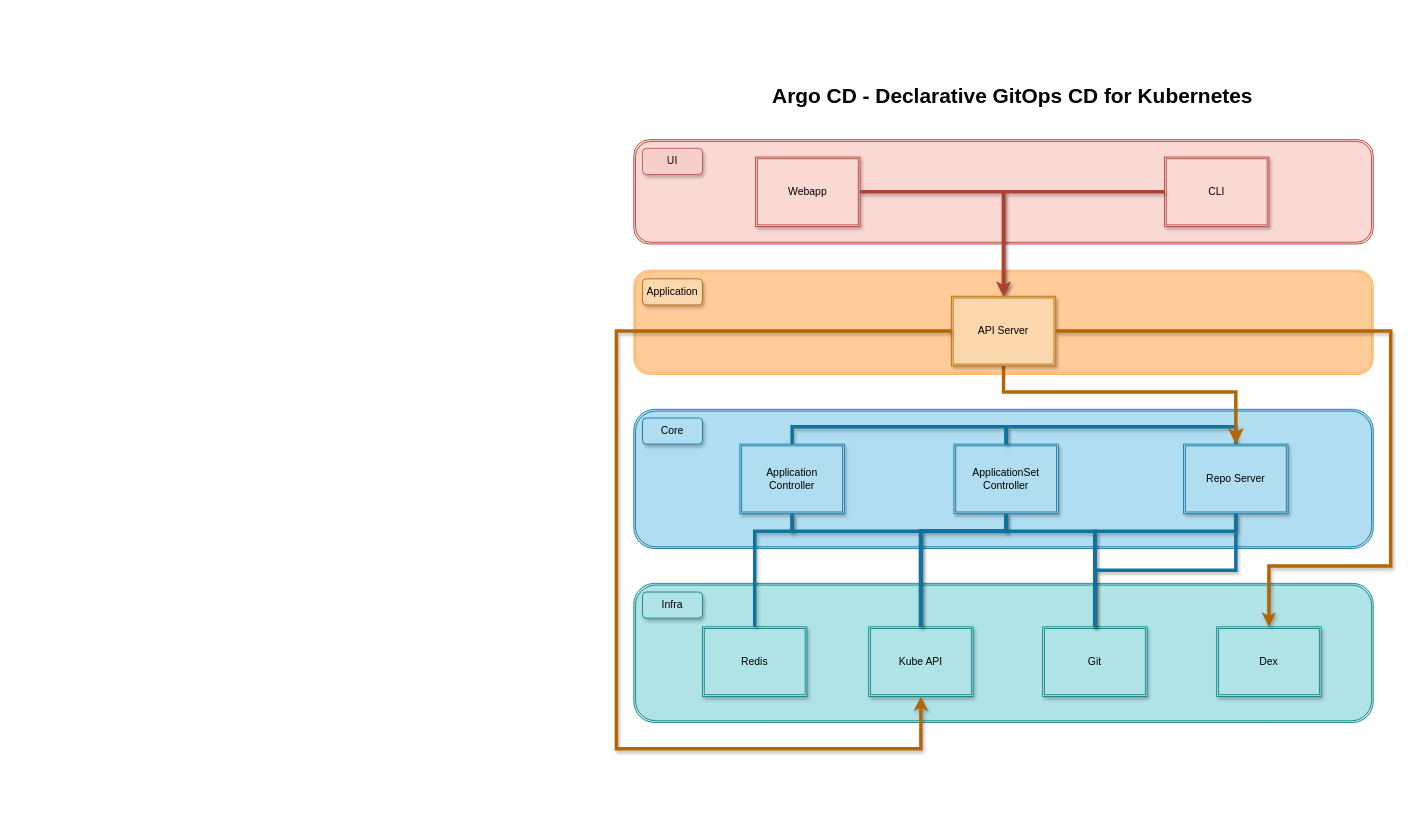
Earlier version of the draw.io diagram Untitled Diagram.drawio (jibonilla03/DrawIO). Source tidied: cells renumbered, new cells numbered last; positions are measured from the earlier drawing's top-left corner, leaving out a move shared by most shapes. Both pictures are drawn from the tidied source at 87%, with x=0, y=0 at pixel (616, 78).
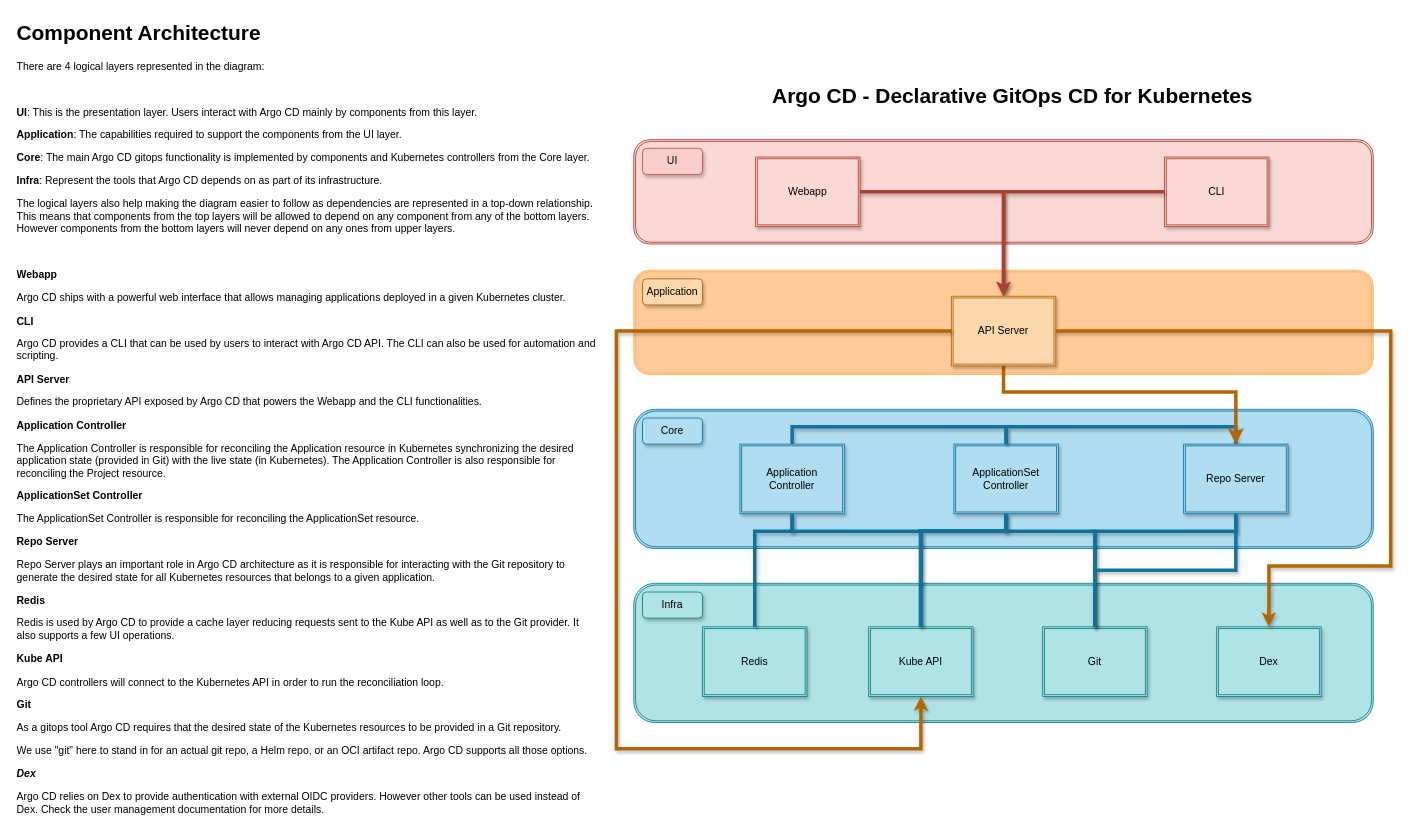
The same page after the edit.

What changed in the source:
```diff
@@
+    <mxCell id="34" value="&lt;h1 style=&quot;margin-top: 0px;&quot;&gt;Component Architecture&lt;/h1&gt;&lt;p&gt;There are 4 logical layers represented in the diagram:&lt;/p&gt;&lt;p&gt;&lt;br&gt;&lt;/p&gt;&lt;p&gt;&lt;b&gt;UI&lt;/b&gt;: This is the presentation layer. Users interact with Argo CD mainly by components from this layer.&lt;/p&gt;&lt;p&gt;&lt;b&gt;Application&lt;/b&gt;: The capabilities required to support the components from the UI layer.&lt;/p&gt;&lt;p&gt;&lt;b&gt;Core&lt;/b&gt;: The main Argo CD gitops functionality is implemented by components and Kubernetes controllers from the Core layer.&lt;/p&gt;&lt;p&gt;&lt;b&gt;Infra&lt;/b&gt;: Represent the tools that Argo CD depends on as part of its infrastructure.&lt;/p&gt;&lt;p&gt;The logical layers also help making the diagram easier to follow as dependencies are represented in a top-down relationship. This means that components from the top layers will be allowed to depend on any component from any of the bottom layers. However components from the bottom layers will never depend on any ones from upper layers.&lt;/p&gt;&lt;p&gt;&lt;br&gt;&lt;/p&gt;&lt;p&gt;&lt;b&gt;Webapp&lt;/b&gt;&lt;/p&gt;&lt;p&gt;Argo CD ships with a powerful web interface that allows managing applications deployed in a given Kubernetes cluster.&lt;/p&gt;&lt;p&gt;&lt;b&gt;CLI&lt;/b&gt;&lt;/p&gt;&lt;p&gt;Argo CD provides a CLI that can be used by users to interact with Argo CD API. The CLI can also be used for automation and scripting.&lt;/p&gt;&lt;p&gt;&lt;b&gt;API Server&lt;/b&gt;&lt;/p&gt;&lt;p&gt;Defines the proprietary API exposed by Argo CD that powers the Webapp and the CLI functionalities.&lt;/p&gt;&lt;p&gt;&lt;b&gt;Application Controller&lt;/b&gt;&lt;/p&gt;&lt;p&gt;The Application Controller is responsible for reconciling the Application resource in Kubernetes synchronizing the desired application state (provided in Git) with the live state (in Kubernetes). The Application Controller is also responsible for reconciling the Project resource.&lt;/p&gt;&lt;p&gt;&lt;b&gt;ApplicationSet Controller&lt;/b&gt;&lt;/p&gt;&lt;p&gt;The ApplicationSet Controller is responsible for reconciling the ApplicationSet resource.&lt;/p&gt;&lt;p&gt;&lt;b&gt;Repo Server&lt;/b&gt;&lt;/p&gt;&lt;p&gt;Repo Server plays an important role in Argo CD architecture as it is responsible for interacting with the Git repository to generate the desired state for all Kubernetes resources that belongs to a given application.&lt;/p&gt;&lt;p&gt;&lt;b&gt;Redis&lt;/b&gt;&lt;/p&gt;&lt;p&gt;Redis is used by Argo CD to provide a cache layer reducing requests sent to the Kube API as well as to the Git provider. It also supports a few UI operations.&lt;/p&gt;&lt;p&gt;&lt;b&gt;Kube API&lt;/b&gt;&lt;/p&gt;&lt;p&gt;Argo CD controllers will connect to the Kubernetes API in order to run the reconciliation loop.&lt;/p&gt;&lt;p&gt;&lt;b&gt;Git&lt;/b&gt;&lt;/p&gt;&lt;p&gt;As a gitops tool Argo CD requires that the desired state of the Kubernetes resources to be provided in a Git repository.&lt;/p&gt;&lt;p&gt;We use &quot;git&quot; here to stand in for an actual git repo, a Helm repo, or an OCI artifact repo. Argo CD supports all those options.&lt;/p&gt;&lt;p&gt;&lt;i&gt;&lt;b&gt;Dex&lt;/b&gt;&lt;/i&gt;&lt;/p&gt;&lt;p&gt;Argo CD relies on Dex to provide authentication with external OIDC providers. However other tools can be used instead of Dex. Check the user management documentation for more details.&lt;/p&gt;" style="text;html=1;whiteSpace=wrap;overflow=hidden;rounded=0;" parent="1" vertex="1">
+      <mxGeometry x="-691" y="-73" width="670" height="927" as="geometry" />
+    </mxCell>
```
